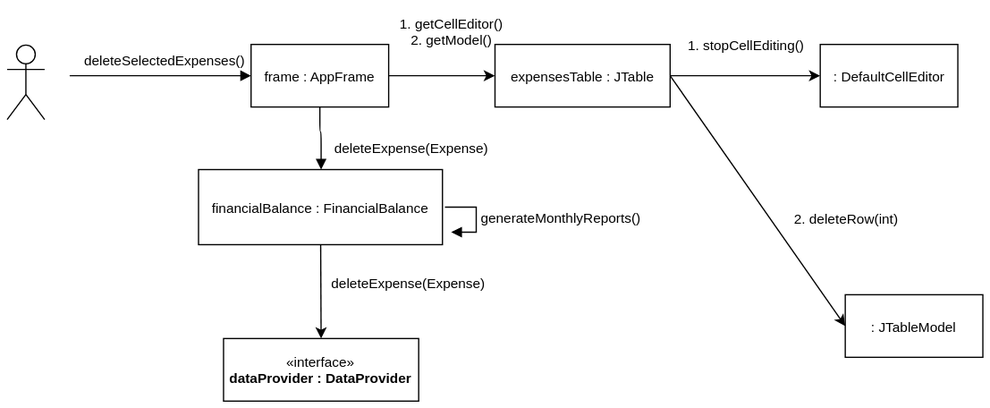
The draw.io diagram doc/DeleteExpenseCollaborationDiagram.svg in JanWilczek/FinancialBalance, before a commit. Source tidied: cells renumbered, new cells last; positions are measured from the earlier drawing's top-left corner, leaving out a move shared by most shapes. Source of this version:
```xml
<mxGraphModel>
  <root>
    <mxCell id="0" />
    <mxCell id="1" parent="0" />
    <mxCell id="2" style="shape=umlActor;verticalLabelPosition=bottom;labelBackgroundColor=#ffffff;verticalAlign=top;html=1;fontSize=11;" parent="1" vertex="1">
      <mxGeometry y="30" width="30" height="60" as="geometry" />
    </mxCell>
    <mxCell id="3" value="frame : AppFrame" style="html=1;fontSize=11;" parent="1" vertex="1">
      <mxGeometry x="195" y="30" width="110" height="50" as="geometry" />
    </mxCell>
    <mxCell id="4" style="text;strokeColor=none;fillColor=none;align=left;verticalAlign=middle;spacingTop=-1;spacingLeft=4;spacingRight=4;labelPosition=right;fontSize=11;" parent="1" vertex="1">
      <mxGeometry y="130" width="20" height="14" as="geometry" />
    </mxCell>
    <mxCell id="5" value="deleteSelectedExpenses()" style="endArrow=block;endFill=1;html=1;edgeStyle=orthogonalEdgeStyle;align=left;verticalAlign=top;fontSize=11;entryX=0;entryY=0.5;" parent="1" edge="1" target="3">
      <mxGeometry x="-0.45" y="39" relative="1" as="geometry">
        <mxPoint x="50" y="55" as="sourcePoint" />
        <Array as="points">
          <mxPoint x="90" y="55" />
          <mxPoint x="90" y="55" />
        </Array>
        <mxPoint x="-30" y="14" as="offset" />
      </mxGeometry>
    </mxCell>
    <mxCell id="6" style="html=1;align=left;verticalAlign=bottom;labelBackgroundColor=#ffffff;fontSize=10;" parent="5" vertex="1">
      <mxGeometry x="-1" relative="1" as="geometry" />
    </mxCell>
    <mxCell id="7" value="expensesTable : JTable" style="html=1;fontSize=11;" parent="1" vertex="1">
      <mxGeometry x="390" y="30" width="140" height="50" as="geometry" />
    </mxCell>
    <mxCell id="8" value=": JTableModel" style="html=1;fontSize=11;" parent="1" vertex="1">
      <mxGeometry x="670" y="230" width="110" height="50" as="geometry" />
    </mxCell>
    <mxCell id="9" value="financialBalance : FinancialBalance" style="html=1;fontSize=11;" parent="1" vertex="1">
      <mxGeometry x="153" y="130" width="195" height="60" as="geometry" />
    </mxCell>
    <mxCell id="10" value="«interface»&lt;br&gt;&lt;b&gt;dataProvider : DataProvider&lt;/b&gt;" style="html=1;fontSize=11;" parent="1" vertex="1">
      <mxGeometry x="173" y="265" width="156" height="50" as="geometry" />
    </mxCell>
    <mxCell id="11" value="generateMonthlyReports()" style="edgeStyle=orthogonalEdgeStyle;html=1;align=left;spacingLeft=2;endArrow=block;rounded=0;entryX=1;entryY=0;fontSize=11;" parent="1" edge="1">
      <mxGeometry relative="1" as="geometry">
        <mxPoint x="350" y="160" as="sourcePoint" />
        <mxPoint x="355" y="180" as="targetPoint" />
        <Array as="points">
          <mxPoint x="375" y="160" />
        </Array>
      </mxGeometry>
    </mxCell>
    <mxCell id="12" value="deleteExpense(Expense)" style="endArrow=block;endFill=1;html=1;edgeStyle=orthogonalEdgeStyle;align=left;verticalAlign=top;fontSize=11;exitX=0.5;exitY=1;entryX=0.5;entryY=0;" parent="1" edge="1" source="3" target="9">
      <mxGeometry x="-0.18" y="9" relative="1" as="geometry">
        <Array as="points">
          <mxPoint x="250" y="100" />
          <mxPoint x="251" y="100" />
        </Array>
      </mxGeometry>
    </mxCell>
    <mxCell id="13" style="html=1;align=left;verticalAlign=bottom;labelBackgroundColor=#ffffff;fontSize=10;" parent="12" vertex="1">
      <mxGeometry x="-1" relative="1" as="geometry" />
    </mxCell>
    <mxCell id="14" style="endArrow=classic;html=1;fontSize=11;entryX=0.5;entryY=0;" parent="1" edge="1" source="9" target="10">
      <mxGeometry relative="1" as="geometry" />
    </mxCell>
    <mxCell id="15" value="deleteExpense(Expense)" style="text;html=1;strokeColor=none;fillColor=none;align=center;verticalAlign=middle;whiteSpace=wrap;rounded=0;fontSize=11;" parent="1" vertex="1">
      <mxGeometry x="300" y="210" width="40" height="20" as="geometry" />
    </mxCell>
    <mxCell id="16" style="endArrow=classic;html=1;fontSize=11;entryX=0;entryY=0.5;exitX=1;exitY=0.5;" parent="1" edge="1" source="3" target="7">
      <mxGeometry relative="1" as="geometry" />
    </mxCell>
    <mxCell id="17" style="endArrow=classic;html=1;fontSize=11;entryX=0;entryY=0.5;exitX=1;exitY=0.5;" parent="1" edge="1" source="7" target="8">
      <mxGeometry relative="1" as="geometry" />
    </mxCell>
    <mxCell id="18" value="&lt;div&gt;1. getCellEditor()&lt;/div&gt;2. getModel()" style="text;html=1;strokeColor=none;fillColor=none;align=center;verticalAlign=middle;whiteSpace=wrap;rounded=0;fontSize=11;" parent="1" vertex="1">
      <mxGeometry x="305" width="100" height="40" as="geometry" />
    </mxCell>
    <mxCell id="19" value="2. deleteRow(int)" style="text;html=1;strokeColor=none;fillColor=none;align=center;verticalAlign=middle;whiteSpace=wrap;rounded=0;fontSize=11;" parent="1" vertex="1">
      <mxGeometry x="590" y="144" width="160" height="50" as="geometry" />
    </mxCell>
    <mxCell id="20" value=": DefaultCellEditor" style="html=1;fontSize=11;" parent="1" vertex="1">
      <mxGeometry x="650" y="30" width="110" height="50" as="geometry" />
    </mxCell>
    <mxCell id="21" style="endArrow=classic;html=1;fontSize=11;entryX=0;entryY=0.5;exitX=1;exitY=0.5;" parent="1" edge="1" source="7" target="20">
      <mxGeometry relative="1" as="geometry" />
    </mxCell>
    <mxCell id="22" value="1. stopCellEditing()" style="text;html=1;strokeColor=none;fillColor=none;align=center;verticalAlign=middle;whiteSpace=wrap;rounded=0;fontSize=11;" parent="1" vertex="1">
      <mxGeometry x="510" y="5" width="160" height="50" as="geometry" />
    </mxCell>
  </root>
</mxGraphModel>
```
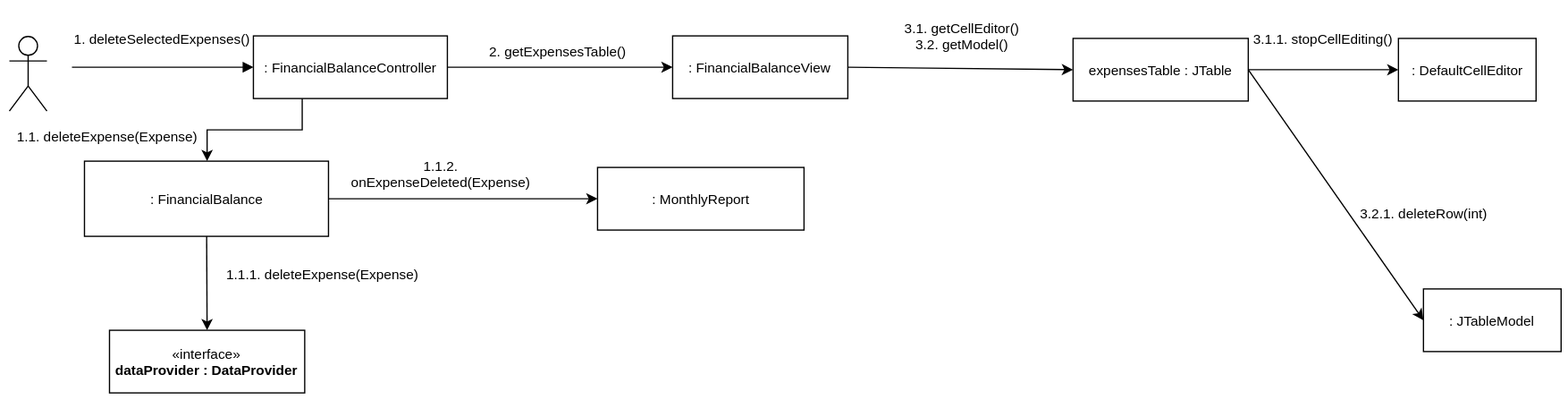
The same diagram one commit later.

The edit, as a diff of the source:
```diff
@@ -5,83 +5,87 @@
     <mxCell id="2" style="shape=umlActor;verticalLabelPosition=bottom;labelBackgroundColor=#ffffff;verticalAlign=top;html=1;fontSize=11;" parent="1" vertex="1">
       <mxGeometry y="30" width="30" height="60" as="geometry" />
     </mxCell>
+    <mxCell id="12" style="edgeStyle=orthogonalEdgeStyle;rounded=0;html=1;exitX=0.25;exitY=1;endArrow=classic;endFill=1;jettySize=auto;fontSize=11;" parent="1" edge="1" source="3" target="9">
+      <mxGeometry relative="1" as="geometry" />
+    </mxCell>
+    <mxCell id="23" style="edgeStyle=orthogonalEdgeStyle;rounded=0;html=1;exitX=1;exitY=0.5;entryX=0;entryY=0.5;endArrow=classic;endFill=1;jettySize=auto;fontSize=11;" parent="1" edge="1" source="3" target="25">
+      <mxGeometry relative="1" as="geometry" />
+    </mxCell>
-    <mxCell id="3" value="frame : AppFrame" style="html=1;fontSize=11;" parent="1" vertex="1">
-      <mxGeometry x="195" y="30" width="110" height="50" as="geometry" />
+    <mxCell id="3" value=": FinancialBalanceController" style="html=1;fontSize=11;" parent="1" vertex="1">
+      <mxGeometry x="195" y="30" width="155" height="50" as="geometry" />
     </mxCell>
     <mxCell id="4" style="text;strokeColor=none;fillColor=none;align=left;verticalAlign=middle;spacingTop=-1;spacingLeft=4;spacingRight=4;labelPosition=right;fontSize=11;" parent="1" vertex="1">
       <mxGeometry y="130" width="20" height="14" as="geometry" />
     </mxCell>
-    <mxCell id="5" value="deleteSelectedExpenses()" style="endArrow=block;endFill=1;html=1;edgeStyle=orthogonalEdgeStyle;align=left;verticalAlign=top;fontSize=11;entryX=0;entryY=0.5;" parent="1" edge="1" target="3">
-      <mxGeometry x="-0.45" y="39" relative="1" as="geometry">
+    <mxCell id="5" value="1. deleteSelectedExpenses()" style="endArrow=block;endFill=1;html=1;edgeStyle=orthogonalEdgeStyle;align=left;verticalAlign=top;fontSize=11;entryX=0;entryY=0.5;" parent="1" edge="1" target="3">
+      <mxGeometry x="-0.45" y="53" relative="1" as="geometry">
         <mxPoint x="50" y="55" as="sourcePoint" />
         <Array as="points">
           <mxPoint x="90" y="55" />
           <mxPoint x="90" y="55" />
         </Array>
-        <mxPoint x="-30" y="14" as="offset" />
+        <mxPoint x="-40" y="18" as="offset" />
       </mxGeometry>
     </mxCell>
     <mxCell id="6" style="html=1;align=left;verticalAlign=bottom;labelBackgroundColor=#ffffff;fontSize=10;" parent="5" vertex="1">
       <mxGeometry x="-1" relative="1" as="geometry" />
     </mxCell>
     <mxCell id="7" value="expensesTable : JTable" style="html=1;fontSize=11;" parent="1" vertex="1">
-      <mxGeometry x="390" y="30" width="140" height="50" as="geometry" />
+      <mxGeometry x="850" y="32" width="140" height="50" as="geometry" />
     </mxCell>
     <mxCell id="8" value=": JTableModel" style="html=1;fontSize=11;" parent="1" vertex="1">
-      <mxGeometry x="670" y="230" width="110" height="50" as="geometry" />
+      <mxGeometry x="1130" y="232" width="110" height="50" as="geometry" />
     </mxCell>
+    <mxCell id="24" style="edgeStyle=orthogonalEdgeStyle;rounded=0;html=1;exitX=1;exitY=0.5;endArrow=classic;endFill=1;jettySize=auto;fontSize=11;" parent="1" edge="1" source="9" target="27">
+      <mxGeometry relative="1" as="geometry" />
+    </mxCell>
-    <mxCell id="9" value="financialBalance : FinancialBalance" style="html=1;fontSize=11;" parent="1" vertex="1">
-      <mxGeometry x="153" y="130" width="195" height="60" as="geometry" />
+    <mxCell id="9" value=": FinancialBalance" style="html=1;fontSize=11;" parent="1" vertex="1">
+      <mxGeometry x="60" y="130" width="195" height="60" as="geometry" />
     </mxCell>
     <mxCell id="10" value="«interface»&lt;br&gt;&lt;b&gt;dataProvider : DataProvider&lt;/b&gt;" style="html=1;fontSize=11;" parent="1" vertex="1">
-      <mxGeometry x="173" y="265" width="156" height="50" as="geometry" />
+      <mxGeometry x="80" y="265" width="156" height="50" as="geometry" />
     </mxCell>
-    <mxCell id="11" value="generateMonthlyReports()" style="edgeStyle=orthogonalEdgeStyle;html=1;align=left;spacingLeft=2;endArrow=block;rounded=0;entryX=1;entryY=0;fontSize=11;" parent="1" edge="1">
-      <mxGeometry relative="1" as="geometry">
-        <mxPoint x="350" y="160" as="sourcePoint" />
-        <mxPoint x="355" y="180" as="targetPoint" />
-        <Array as="points">
-          <mxPoint x="375" y="160" />
-        </Array>
-      </mxGeometry>
-    </mxCell>
-    <mxCell id="12" value="deleteExpense(Expense)" style="endArrow=block;endFill=1;html=1;edgeStyle=orthogonalEdgeStyle;align=left;verticalAlign=top;fontSize=11;exitX=0.5;exitY=1;entryX=0.5;entryY=0;" parent="1" edge="1" source="3" target="9">
-      <mxGeometry x="-0.18" y="9" relative="1" as="geometry">
-        <Array as="points">
-          <mxPoint x="250" y="100" />
-          <mxPoint x="251" y="100" />
-        </Array>
-      </mxGeometry>
-    </mxCell>
-    <mxCell id="13" style="html=1;align=left;verticalAlign=bottom;labelBackgroundColor=#ffffff;fontSize=10;" parent="12" vertex="1">
-      <mxGeometry x="-1" relative="1" as="geometry" />
-    </mxCell>
     <mxCell id="14" style="endArrow=classic;html=1;fontSize=11;entryX=0.5;entryY=0;" parent="1" edge="1" source="9" target="10">
       <mxGeometry relative="1" as="geometry" />
     </mxCell>
-    <mxCell id="15" value="deleteExpense(Expense)" style="text;html=1;strokeColor=none;fillColor=none;align=center;verticalAlign=middle;whiteSpace=wrap;rounded=0;fontSize=11;" parent="1" vertex="1">
-      <mxGeometry x="300" y="210" width="40" height="20" as="geometry" />
+    <mxCell id="15" value="1.1.1. deleteExpense(Expense)" style="text;html=1;strokeColor=none;fillColor=none;align=center;verticalAlign=middle;whiteSpace=wrap;rounded=0;fontSize=11;" parent="1" vertex="1">
+      <mxGeometry x="170" y="210" width="160" height="20" as="geometry" />
     </mxCell>
-    <mxCell id="16" style="endArrow=classic;html=1;fontSize=11;entryX=0;entryY=0.5;exitX=1;exitY=0.5;" parent="1" edge="1" source="3" target="7">
+    <mxCell id="16" style="endArrow=classic;html=1;fontSize=11;entryX=0;entryY=0.5;exitX=1;exitY=0.5;" parent="1" edge="1" source="25" target="7">
       <mxGeometry relative="1" as="geometry" />
     </mxCell>
     <mxCell id="17" style="endArrow=classic;html=1;fontSize=11;entryX=0;entryY=0.5;exitX=1;exitY=0.5;" parent="1" edge="1" source="7" target="8">
       <mxGeometry relative="1" as="geometry" />
     </mxCell>
-    <mxCell id="18" value="&lt;div&gt;1. getCellEditor()&lt;/div&gt;2. getModel()" style="text;html=1;strokeColor=none;fillColor=none;align=center;verticalAlign=middle;whiteSpace=wrap;rounded=0;fontSize=11;" parent="1" vertex="1">
-      <mxGeometry x="305" width="100" height="40" as="geometry" />
+    <mxCell id="18" value="&lt;div&gt;3.1. getCellEditor()&lt;/div&gt;3.2. getModel()" style="text;html=1;strokeColor=none;fillColor=none;align=center;verticalAlign=middle;whiteSpace=wrap;rounded=0;fontSize=11;" parent="1" vertex="1">
+      <mxGeometry x="710" y="10" width="100" height="40" as="geometry" />
     </mxCell>
-    <mxCell id="19" value="2. deleteRow(int)" style="text;html=1;strokeColor=none;fillColor=none;align=center;verticalAlign=middle;whiteSpace=wrap;rounded=0;fontSize=11;" parent="1" vertex="1">
-      <mxGeometry x="590" y="144" width="160" height="50" as="geometry" />
+    <mxCell id="19" value="3.2.1. deleteRow(int)" style="text;html=1;strokeColor=none;fillColor=none;align=center;verticalAlign=middle;whiteSpace=wrap;rounded=0;fontSize=11;" parent="1" vertex="1">
+      <mxGeometry x="1050" y="146" width="160" height="50" as="geometry" />
     </mxCell>
     <mxCell id="20" value=": DefaultCellEditor" style="html=1;fontSize=11;" parent="1" vertex="1">
-      <mxGeometry x="650" y="30" width="110" height="50" as="geometry" />
+      <mxGeometry x="1110" y="32" width="110" height="50" as="geometry" />
     </mxCell>
     <mxCell id="21" style="endArrow=classic;html=1;fontSize=11;entryX=0;entryY=0.5;exitX=1;exitY=0.5;" parent="1" edge="1" source="7" target="20">
       <mxGeometry relative="1" as="geometry" />
     </mxCell>
-    <mxCell id="22" value="1. stopCellEditing()" style="text;html=1;strokeColor=none;fillColor=none;align=center;verticalAlign=middle;whiteSpace=wrap;rounded=0;fontSize=11;" parent="1" vertex="1">
-      <mxGeometry x="510" y="5" width="160" height="50" as="geometry" />
+    <mxCell id="22" value="3.1.1. stopCellEditing()" style="text;html=1;strokeColor=none;fillColor=none;align=center;verticalAlign=middle;whiteSpace=wrap;rounded=0;fontSize=11;" parent="1" vertex="1">
+      <mxGeometry x="970" y="7" width="160" height="50" as="geometry" />
     </mxCell>
+    <mxCell id="25" value=": FinancialBalanceView" style="html=1;fontSize=11;" parent="1" vertex="1">
+      <mxGeometry x="530" y="30" width="140" height="50" as="geometry" />
+    </mxCell>
+    <mxCell id="26" value="2. getExpensesTable()" style="text;html=1;strokeColor=none;fillColor=none;align=center;verticalAlign=middle;whiteSpace=wrap;rounded=0;fontSize=11;" parent="1" vertex="1">
+      <mxGeometry x="363" y="32" width="150" height="20" as="geometry" />
+    </mxCell>
+    <mxCell id="27" value=": MonthlyReport" style="html=1;fontSize=11;" parent="1" vertex="1">
+      <mxGeometry x="470" y="135" width="165" height="50" as="geometry" />
+    </mxCell>
+    <mxCell id="28" value="1.1.2. onExpenseDeleted(Expense)" style="text;html=1;strokeColor=none;fillColor=none;align=center;verticalAlign=middle;whiteSpace=wrap;rounded=0;fontSize=11;" parent="1" vertex="1">
+      <mxGeometry x="270" y="130" width="150" height="20" as="geometry" />
+    </mxCell>
+    <mxCell id="29" value="1.1. deleteExpense(Expense)" style="text;html=1;strokeColor=none;fillColor=none;align=center;verticalAlign=middle;whiteSpace=wrap;rounded=0;fontSize=11;" parent="1" vertex="1">
+      <mxGeometry x="-2" y="100" width="160" height="20" as="geometry" />
+    </mxCell>
   </root>
 </mxGraphModel>
```
